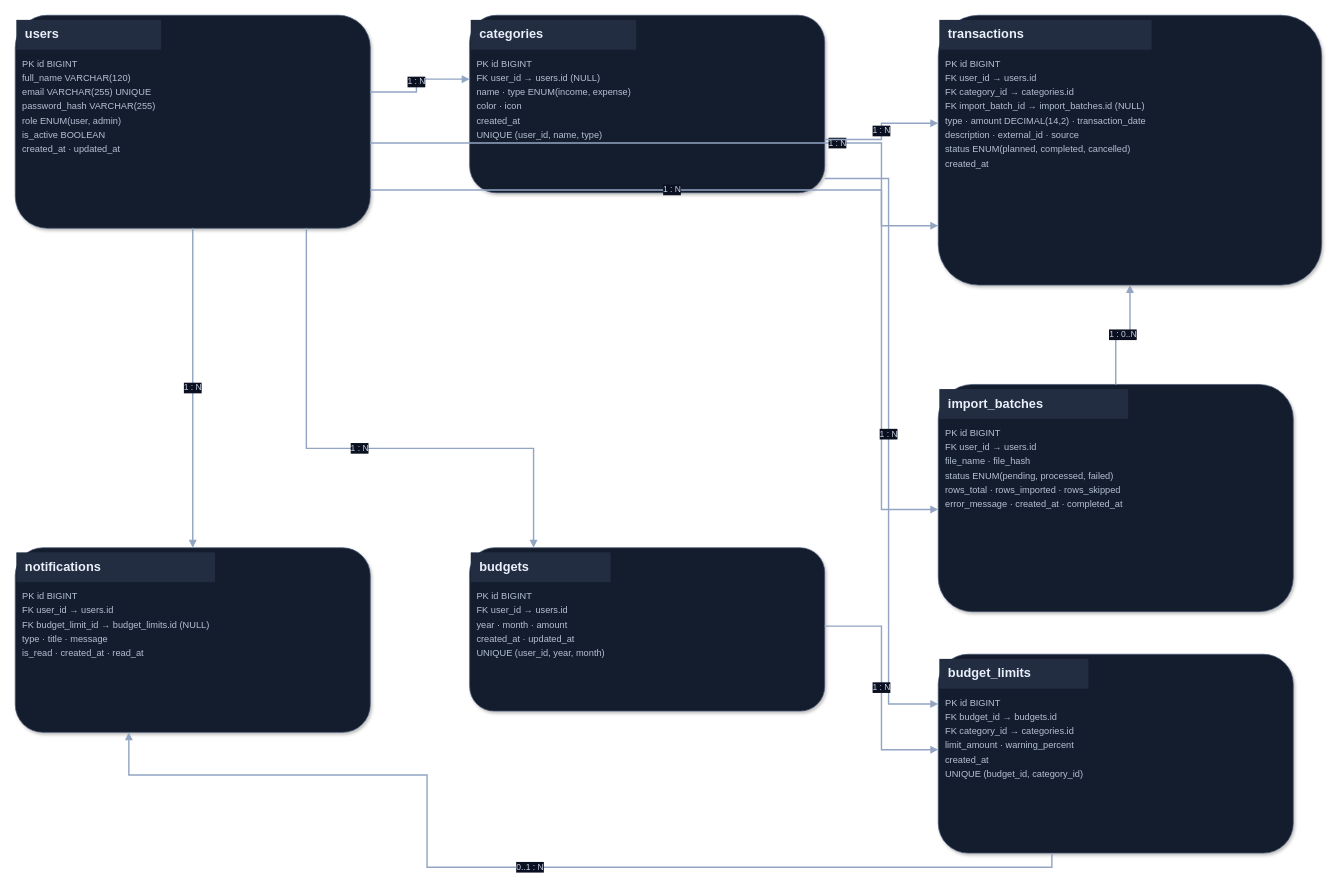
Above: Документы/ER_диаграмма_финансы.drawio in Egor-Sabanov/Finance-2 (draw.io), before the change. Source tidied: cells renumbered, new cells numbered last; positions are measured from the earlier drawing's top-left corner, leaving out a move shared by most shapes. Both pictures are drawn from the tidied source at 71%, with x=0, y=0 at pixel (15, 15).
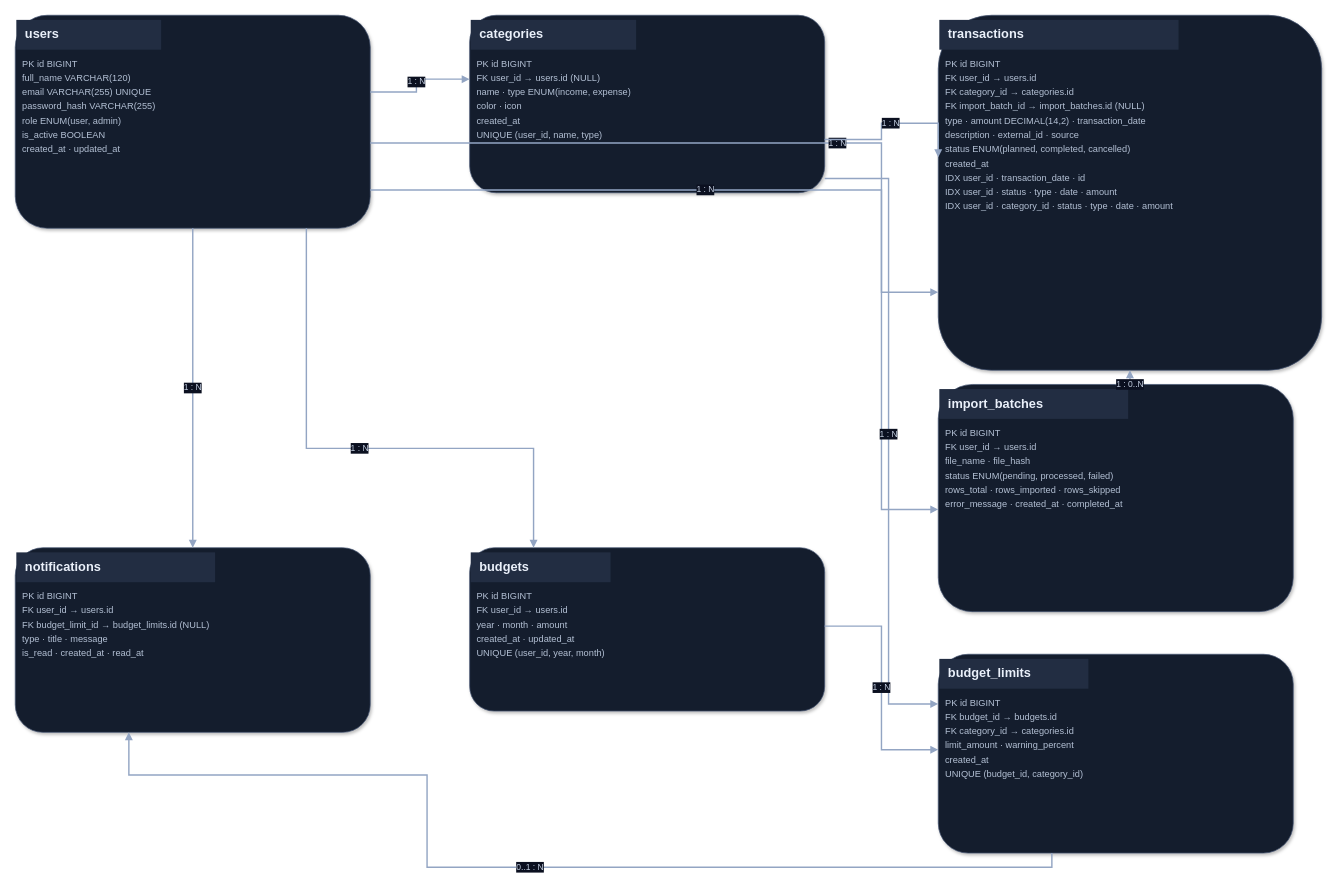
The same page after the edit.

Change to the diagram source:
```diff
@@
-    <mxCell id="5" value="&lt;div style=&quot;font-family:Arial;color:#eaf0fa&quot;&gt;&lt;div style=&quot;font-size:18px;font-weight:bold;background:#222d42;padding:10px 12px;margin:-8px -8px 10px -8px&quot;&gt;transactions&lt;/div&gt;&lt;div style=&quot;font-size:13px;line-height:1.55;color:#b4c1d5&quot;&gt;PK  id BIGINT&lt;br&gt;FK  user_id → users.id&lt;br&gt;FK  category_id → categories.id&lt;br&gt;FK  import_batch_id → import_batches.id (NULL)&lt;br&gt;type · amount DECIMAL(14,2) · transaction_date&lt;br&gt;description · external_id · source&lt;br&gt;status ENUM(planned, completed, cancelled)&lt;br&gt;created_at&lt;/div&gt;&lt;/div&gt;" style="rounded=1;whiteSpace=wrap;html=1;align=left;verticalAlign=top;spacing=10;fillColor=#141d2d;strokeColor=#465673;fontColor=#eaf0fa;fontSize=14;shadow=1;" parent="1" vertex="1">
-      <mxGeometry x="1300" width="540" height="380" as="geometry" />
+    <mxCell id="5" value="&lt;div style=&quot;font-family:Arial;color:#eaf0fa&quot;&gt;&lt;div style=&quot;font-size:18px;font-weight:bold;background:#222d42;padding:10px 12px;margin:-8px -8px 10px -8px&quot;&gt;transactions&lt;/div&gt;&lt;div style=&quot;font-size:13px;line-height:1.55;color:#b4c1d5&quot;&gt;PK  id BIGINT&lt;br&gt;FK  user_id → users.id&lt;br&gt;FK  category_id → categories.id&lt;br&gt;FK  import_batch_id → import_batches.id (NULL)&lt;br&gt;type · amount DECIMAL(14,2) · transaction_date&lt;br&gt;description · external_id · source&lt;br&gt;status ENUM(planned, completed, cancelled)&lt;br&gt;created_at&lt;br&gt;IDX user_id · transaction_date · id&lt;br&gt;IDX user_id · status · type · date · amount&lt;br&gt;IDX user_id · category_id · status · type · date · amount&lt;/div&gt;&lt;/div&gt;" style="rounded=1;whiteSpace=wrap;html=1;align=left;verticalAlign=top;spacing=10;fillColor=#141d2d;strokeColor=#465673;fontColor=#eaf0fa;fontSize=14;shadow=1;" parent="1" vertex="1">
+      <mxGeometry x="1300" width="540" height="500" as="geometry" />
     </mxCell>
```
